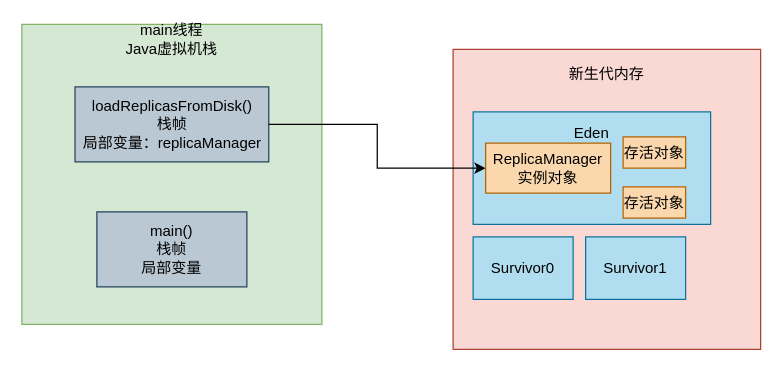
This is jvm专栏/JVM新生代内存分配.drawio from zhongqiuoo/drawio, a draw.io file, before an edit. Source tidied: cells renumbered, new cells numbered last; positions are measured from the earlier drawing's top-left corner, leaving out a move shared by most shapes. Both pictures are drawn from the tidied source at 125%, with x=0, y=0 at pixel (21, 24).
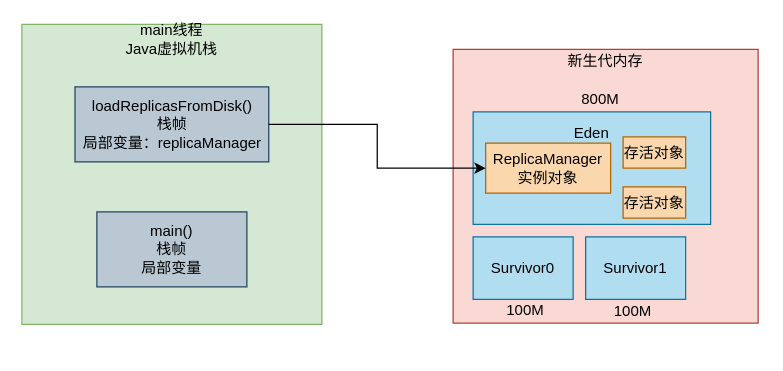
After the change.

Commit message:
更新JVM新生代内存分配.drawio

What changed in the source:
```diff
@@
 <mxGraphModel>
   <root>
     <mxCell id="0" />
     <mxCell id="1" parent="0" />
     <mxCell id="2" value="main线程&lt;br&gt;Java虚拟机栈&lt;br&gt;&lt;br&gt;&lt;br&gt;&lt;br&gt;&lt;br&gt;&lt;br&gt;&lt;br&gt;&lt;br&gt;&lt;br&gt;&lt;br&gt;&lt;br&gt;&lt;br&gt;&lt;br&gt;&lt;br&gt;&lt;br&gt;&lt;br&gt;" style="whiteSpace=wrap;html=1;fillColor=#d5e8d4;strokeColor=#82b366;" parent="1" vertex="1">
       <mxGeometry width="240" height="240" as="geometry" />
     </mxCell>
     <mxCell id="3" value="loadReplicasFromDisk()&lt;br&gt;栈帧&lt;br&gt;局部变量：replicaManager" style="rounded=0;whiteSpace=wrap;html=1;fillColor=#bac8d3;strokeColor=#23445d;" parent="1" vertex="1">
       <mxGeometry x="42.5" y="50" width="155" height="60" as="geometry" />
     </mxCell>
     <mxCell id="4" value="main()&lt;br&gt;栈帧&lt;br&gt;局部变量" style="rounded=0;whiteSpace=wrap;html=1;fillColor=#bac8d3;strokeColor=#23445d;" parent="1" vertex="1">
       <mxGeometry x="60" y="150" width="120" height="60" as="geometry" />
     </mxCell>
     <mxCell id="5" value="新生代内存&lt;br&gt;&lt;br&gt;&lt;br&gt;&lt;br&gt;&lt;br&gt;&lt;br&gt;&lt;br&gt;&lt;br&gt;&lt;br&gt;&lt;br&gt;&lt;br&gt;&lt;br&gt;&lt;br&gt;&lt;br&gt;&lt;br&gt;" style="rounded=0;whiteSpace=wrap;html=1;fillColor=#fad9d5;strokeColor=#ae4132;" parent="1" vertex="1">
-      <mxGeometry x="345" y="20" width="246" height="240" as="geometry" />
+      <mxGeometry x="345" y="20" width="244" height="219" as="geometry" />
     </mxCell>
     <mxCell id="6" value="Eden&lt;br&gt;&lt;br&gt;&lt;br&gt;&lt;br&gt;&lt;br&gt;" style="rounded=0;whiteSpace=wrap;html=1;fillColor=#b1ddf0;strokeColor=#10739e;" parent="1" vertex="1">
       <mxGeometry x="361" y="70" width="190" height="90" as="geometry" />
     </mxCell>
     <mxCell id="7" value="Survivor0" style="rounded=0;whiteSpace=wrap;html=1;fillColor=#b1ddf0;strokeColor=#10739e;" parent="1" vertex="1">
       <mxGeometry x="361" y="170" width="80" height="50" as="geometry" />
     </mxCell>
     <mxCell id="8" value="Survivor1" style="rounded=0;whiteSpace=wrap;html=1;fillColor=#b1ddf0;strokeColor=#10739e;" parent="1" vertex="1">
       <mxGeometry x="451" y="170" width="80" height="50" as="geometry" />
     </mxCell>
     <mxCell id="9" value="ReplicaManager实例对象" style="rounded=0;whiteSpace=wrap;html=1;fillColor=#fad7ac;strokeColor=#b46504;" parent="1" vertex="1">
       <mxGeometry x="371" y="95" width="100" height="40" as="geometry" />
     </mxCell>
     <mxCell id="10" value="存活对象" style="rounded=0;whiteSpace=wrap;html=1;fillColor=#fad7ac;strokeColor=#b46504;" parent="1" vertex="1">
       <mxGeometry x="481" y="90" width="50" height="25" as="geometry" />
     </mxCell>
     <mxCell id="11" value="存活对象" style="rounded=0;whiteSpace=wrap;html=1;fillColor=#fad7ac;strokeColor=#b46504;" parent="1" vertex="1">
       <mxGeometry x="481" y="130" width="50" height="25" as="geometry" />
     </mxCell>
     <mxCell id="12" style="edgeStyle=orthogonalEdgeStyle;rounded=0;jettySize=auto;html=1;exitX=1;exitY=0.5;exitDx=0;exitDy=0;" parent="1" edge="1" source="3" target="9">
       <mxGeometry relative="1" as="geometry" />
     </mxCell>
+    <mxCell id="13" value="800M" style="text;html=1;strokeColor=none;fillColor=none;align=center;verticalAlign=middle;whiteSpace=wrap;rounded=0;" parent="1" vertex="1">
+      <mxGeometry x="443" y="50" width="40" height="20" as="geometry" />
+    </mxCell>
+    <mxCell id="14" value="100M" style="text;html=1;strokeColor=none;fillColor=none;align=center;verticalAlign=middle;whiteSpace=wrap;rounded=0;" parent="1" vertex="1">
+      <mxGeometry x="383" y="219" width="40" height="20" as="geometry" />
+    </mxCell>
+    <mxCell id="15" value="100M" style="text;html=1;strokeColor=none;fillColor=none;align=center;verticalAlign=middle;whiteSpace=wrap;rounded=0;" parent="1" vertex="1">
+      <mxGeometry x="469" y="220" width="40" height="20" as="geometry" />
+    </mxCell>
   </root>
 </mxGraphModel>
```
